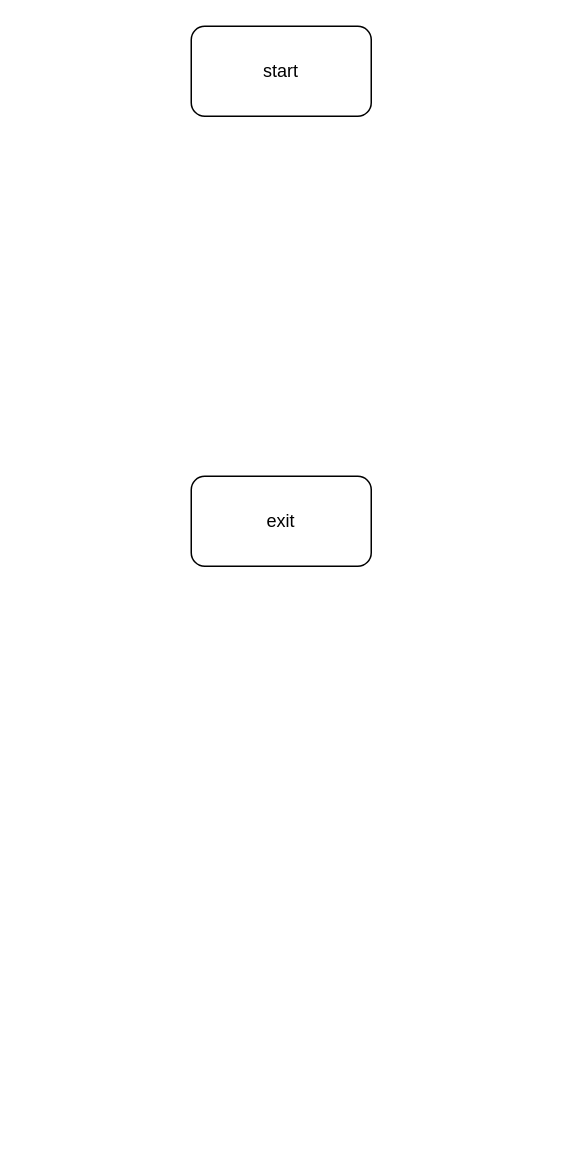
Earlier version of the draw.io diagram drawioFiles/SelectArray.drawio (kr1so/exit_task). Source tidied: cells renumbered, new cells numbered last; positions are measured from the earlier drawing's top-left corner, leaving out a move shared by most shapes. Both pictures are drawn from the tidied source at 150%, with x=0, y=0 at pixel (190, 26).
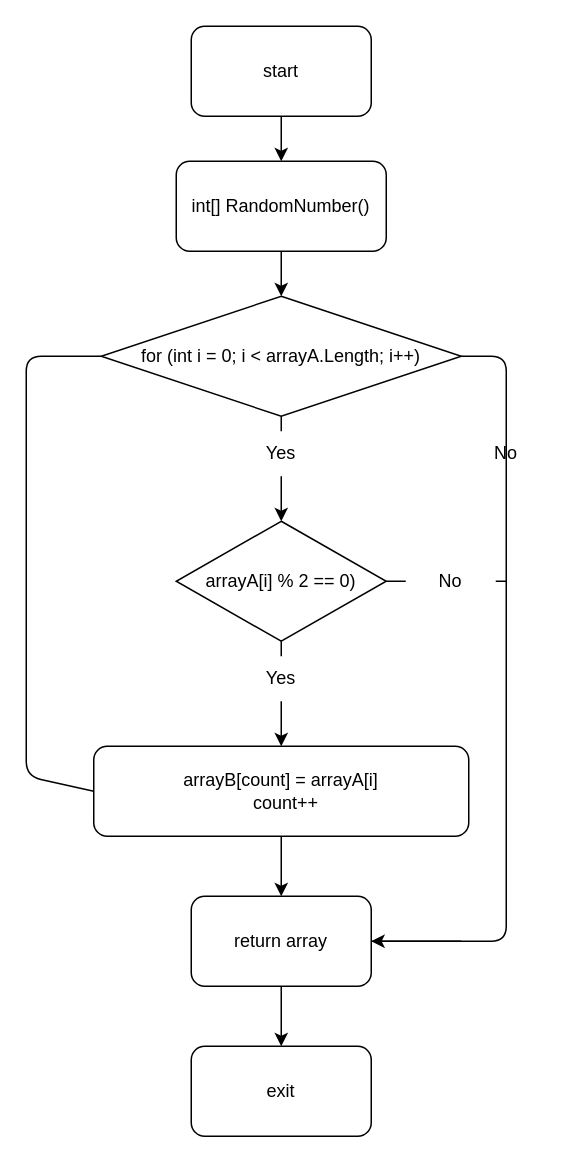
Above is the later version.

Unchanged cells that the change refers to:
```xml
<mxCell id="2" value="start" style="rounded=1;whiteSpace=wrap;html=1;" parent="1" vertex="1">
  <mxGeometry width="120" height="60" as="geometry" />
</mxCell>
```

What changed in the source:
```diff
@@
+    <mxCell id="3" style="edgeStyle=none;html=1;exitX=0.5;exitY=1;exitDx=0;exitDy=0;entryX=0.5;entryY=0;entryDx=0;entryDy=0;" parent="1" edge="1" source="2" target="6">
+      <mxGeometry relative="1" as="geometry" />
+    </mxCell>
@@
-    <mxCell id="3" value="exit" style="rounded=1;whiteSpace=wrap;html=1;" parent="1" vertex="1">
-      <mxGeometry y="300" width="120" height="60" as="geometry" />
-    </mxCell>
+    <mxCell id="4" value="exit" style="rounded=1;whiteSpace=wrap;html=1;" parent="1" vertex="1">
+      <mxGeometry y="680" width="120" height="60" as="geometry" />
+    </mxCell>
+    <mxCell id="5" style="edgeStyle=none;html=1;exitX=0.5;exitY=1;exitDx=0;exitDy=0;entryX=0.5;entryY=0;entryDx=0;entryDy=0;" parent="1" edge="1" source="6" target="8">
+      <mxGeometry relative="1" as="geometry" />
+    </mxCell>
+    <mxCell id="6" value="int[] RandomNumber()" style="rounded=1;whiteSpace=wrap;html=1;" parent="1" vertex="1">
+      <mxGeometry x="-10" y="90" width="140" height="60" as="geometry" />
+    </mxCell>
+    <mxCell id="7" style="edgeStyle=none;html=1;entryX=0.5;entryY=0;entryDx=0;entryDy=0;startArrow=none;" parent="1" edge="1" source="20" target="10">
+      <mxGeometry relative="1" as="geometry" />
+    </mxCell>
+    <mxCell id="8" value="for (int i = 0; i &amp;lt; arrayA.Length; i++)" style="rhombus;whiteSpace=wrap;html=1;" parent="1" vertex="1">
+      <mxGeometry x="-60" y="180" width="240" height="80" as="geometry" />
+    </mxCell>
+    <mxCell id="9" style="edgeStyle=none;html=1;exitX=0.5;exitY=1;exitDx=0;exitDy=0;" parent="1" edge="1" source="10" target="12">
+      <mxGeometry relative="1" as="geometry" />
+    </mxCell>
+    <mxCell id="10" value="&lt;div&gt;arrayB[count] = arrayA[i]&lt;/div&gt;&lt;div&gt;&amp;nbsp; count++&lt;/div&gt;" style="rounded=1;whiteSpace=wrap;html=1;" parent="1" vertex="1">
+      <mxGeometry x="-65" y="480" width="250" height="60" as="geometry" />
+    </mxCell>
+    <mxCell id="11" style="edgeStyle=none;html=1;exitX=0.5;exitY=1;exitDx=0;exitDy=0;entryX=0.5;entryY=0;entryDx=0;entryDy=0;" parent="1" edge="1" source="12" target="4">
+      <mxGeometry relative="1" as="geometry" />
+    </mxCell>
+    <mxCell id="12" value="return array" style="rounded=1;whiteSpace=wrap;html=1;" parent="1" vertex="1">
+      <mxGeometry y="580" width="120" height="60" as="geometry" />
+    </mxCell>
+    <mxCell id="13" style="endArrow=none;html=1;exitX=0;exitY=0.5;exitDx=0;exitDy=0;entryX=0;entryY=0.5;entryDx=0;entryDy=0;" parent="1" edge="1" source="8" target="10">
+      <mxGeometry relative="1" as="geometry">
+        <Array as="points">
+          <mxPoint x="-110" y="220" />
+          <mxPoint x="-110" y="330" />
+          <mxPoint x="-110" y="500" />
+        </Array>
+      </mxGeometry>
+    </mxCell>
+    <mxCell id="14" style="endArrow=classic;html=1;entryX=1;entryY=0.5;entryDx=0;entryDy=0;startArrow=none;" parent="1" edge="1" target="12">
+      <mxGeometry relative="1" as="geometry">
+        <mxPoint x="180" y="610" as="sourcePoint" />
+      </mxGeometry>
+    </mxCell>
+    <mxCell id="15" value="arrayA[i] % 2 == 0)" style="rhombus;whiteSpace=wrap;html=1;" parent="1" vertex="1">
+      <mxGeometry x="-10" y="330" width="140" height="80" as="geometry" />
+    </mxCell>
+    <mxCell id="16" style="endArrow=classic;html=1;exitX=0.5;exitY=1;exitDx=0;exitDy=0;startArrow=none;" parent="1" edge="1" source="17" target="15">
+      <mxGeometry relative="1" as="geometry" />
+    </mxCell>
+    <mxCell id="17" value="Yes" style="text;html=1;strokeColor=none;fillColor=none;align=center;verticalAlign=middle;whiteSpace=wrap;rounded=0;" parent="1" vertex="1">
+      <mxGeometry x="30" y="270" width="60" height="30" as="geometry" />
+    </mxCell>
+    <mxCell id="18" style="endArrow=none;html=1;exitX=0.5;exitY=1;exitDx=0;exitDy=0;" parent="1" edge="1" source="8" target="17">
+      <mxGeometry relative="1" as="geometry" />
+    </mxCell>
+    <mxCell id="19" style="endArrow=none;html=1;exitX=1;exitY=0.5;exitDx=0;exitDy=0;startArrow=none;" parent="1" edge="1" source="22">
+      <mxGeometry relative="1" as="geometry">
+        <mxPoint x="210" y="370" as="targetPoint" />
+      </mxGeometry>
+    </mxCell>
+    <mxCell id="20" value="Yes" style="text;html=1;strokeColor=none;fillColor=none;align=center;verticalAlign=middle;whiteSpace=wrap;rounded=0;" parent="1" vertex="1">
+      <mxGeometry x="30" y="420" width="60" height="30" as="geometry" />
+    </mxCell>
+    <mxCell id="21" style="edgeStyle=none;html=1;entryX=0.5;entryY=0;entryDx=0;entryDy=0;startArrow=none;endArrow=none;" parent="1" edge="1" source="15" target="20">
+      <mxGeometry relative="1" as="geometry" />
+    </mxCell>
+    <mxCell id="22" value="No" style="text;html=1;strokeColor=none;fillColor=none;align=center;verticalAlign=middle;whiteSpace=wrap;rounded=0;" parent="1" vertex="1">
+      <mxGeometry x="143" y="355" width="60" height="30" as="geometry" />
+    </mxCell>
+    <mxCell id="23" style="endArrow=none;html=1;exitX=1;exitY=0.5;exitDx=0;exitDy=0;" parent="1" edge="1" source="15" target="22">
+      <mxGeometry relative="1" as="geometry" />
+    </mxCell>
+    <mxCell id="24" value="No" style="text;html=1;strokeColor=none;fillColor=none;align=center;verticalAlign=middle;whiteSpace=wrap;rounded=0;" parent="1" vertex="1">
+      <mxGeometry x="180" y="270" width="60" height="30" as="geometry" />
+    </mxCell>
+    <mxCell id="25" style="endArrow=none;html=1;exitX=1;exitY=0.5;exitDx=0;exitDy=0;entryX=1;entryY=0.5;entryDx=0;entryDy=0;" parent="1" edge="1" source="8" target="12">
+      <mxGeometry relative="1" as="geometry">
+        <Array as="points">
+          <mxPoint x="210" y="220" />
+          <mxPoint x="210" y="320" />
+          <mxPoint x="210" y="420" />
+          <mxPoint x="210" y="610" />
+        </Array>
+      </mxGeometry>
+    </mxCell>
```
